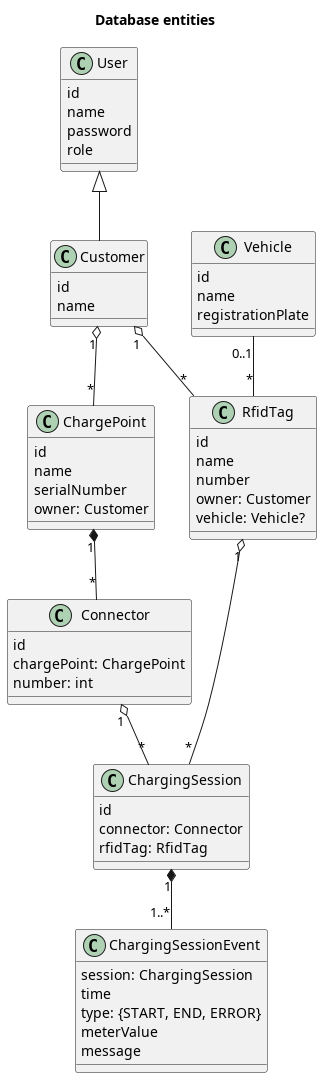
This is docs/entities.png from gelin/netvalue-code-challenge, a PlantUML export, as it was before one commit. Its diagram source:
```plantuml
@startuml

title Database entities

class User {
    id
    name
    password
    role
}

class Customer {
    id
    name
}

User <|-- Customer

class ChargePoint {
    id
    name
    serialNumber
    owner: Customer
}

Customer "1" o-- "*" ChargePoint

class Connector {
    id
    chargePoint: ChargePoint
    number: int
}

ChargePoint "1" *-- "*" Connector

class RfidTag {
    id
    name
    number
    owner: Customer
    vehicle: Vehicle?
}

Customer "1" o-- "*" RfidTag

class Vehicle {
    id
    name
    registrationPlate
}

Vehicle "0..1" -- "*" RfidTag

class ChargingSession {
    id
    connector: Connector
    rfidTag: RfidTag
}

Connector "1" o-- "*" ChargingSession
RfidTag "1" o-- "*" ChargingSession

class ChargingSessionEvent {
    session: ChargingSession
    time
    type: {START, END, ERROR}
    meterValue
    message
}

ChargingSession "1" *-- "1..*" ChargingSessionEvent

@enduml
```
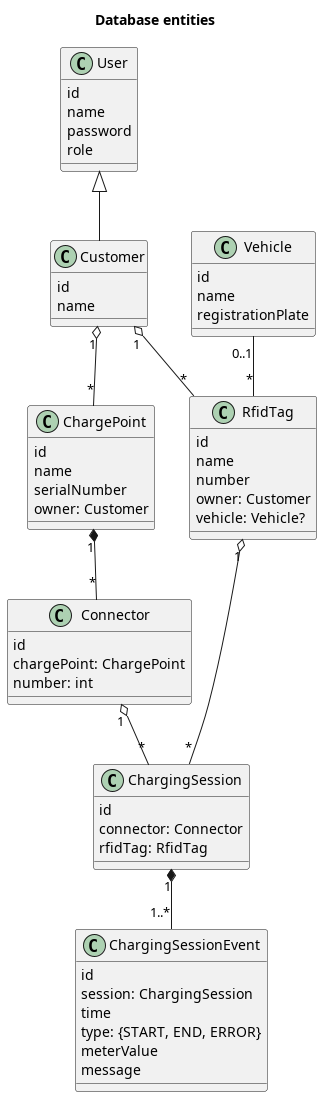
After the change.

Diff of the diagram source:
```diff
@@ -61,6 +61,7 @@
 RfidTag "1" o-- "*" ChargingSession
 
 class ChargingSessionEvent {
+    id
     session: ChargingSession
     time
     type: {START, END, ERROR}
```
